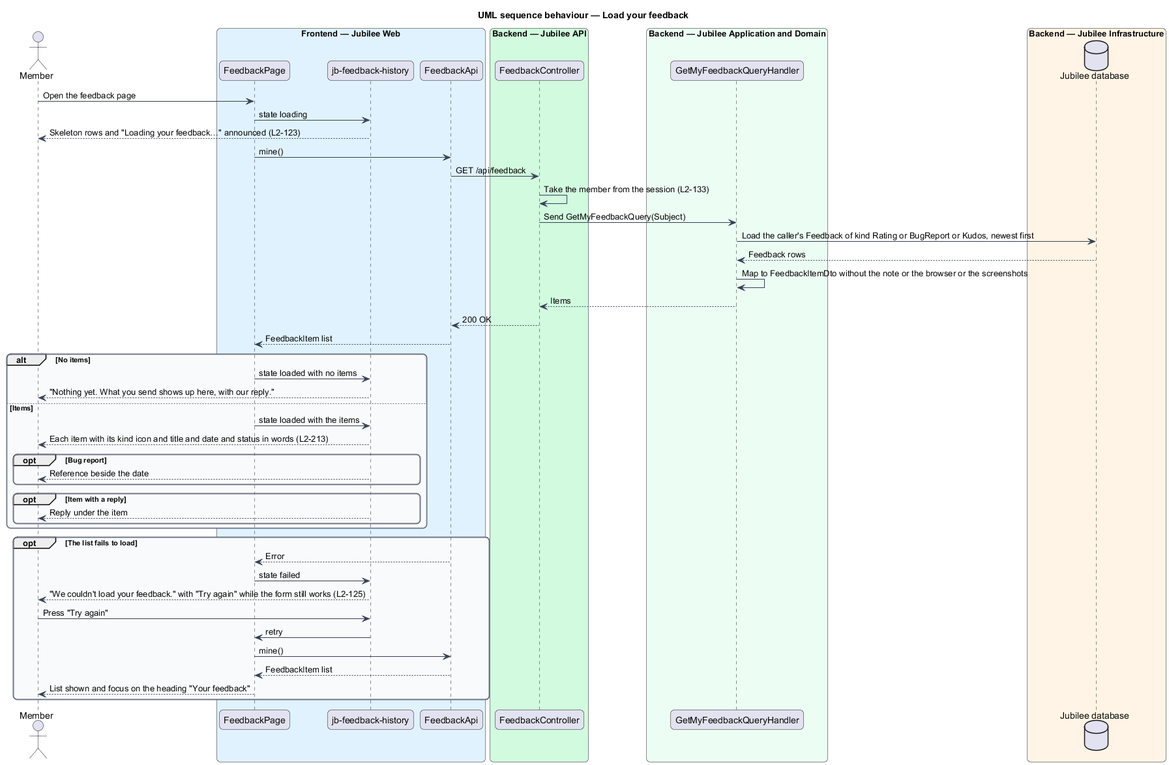
Above: docs/detailed-designs/feedback/follow-your-feedback/diagrams/sequence-load-your-feedback.png in QuinntyneBrown/jubilee (PlantUML), before the change.
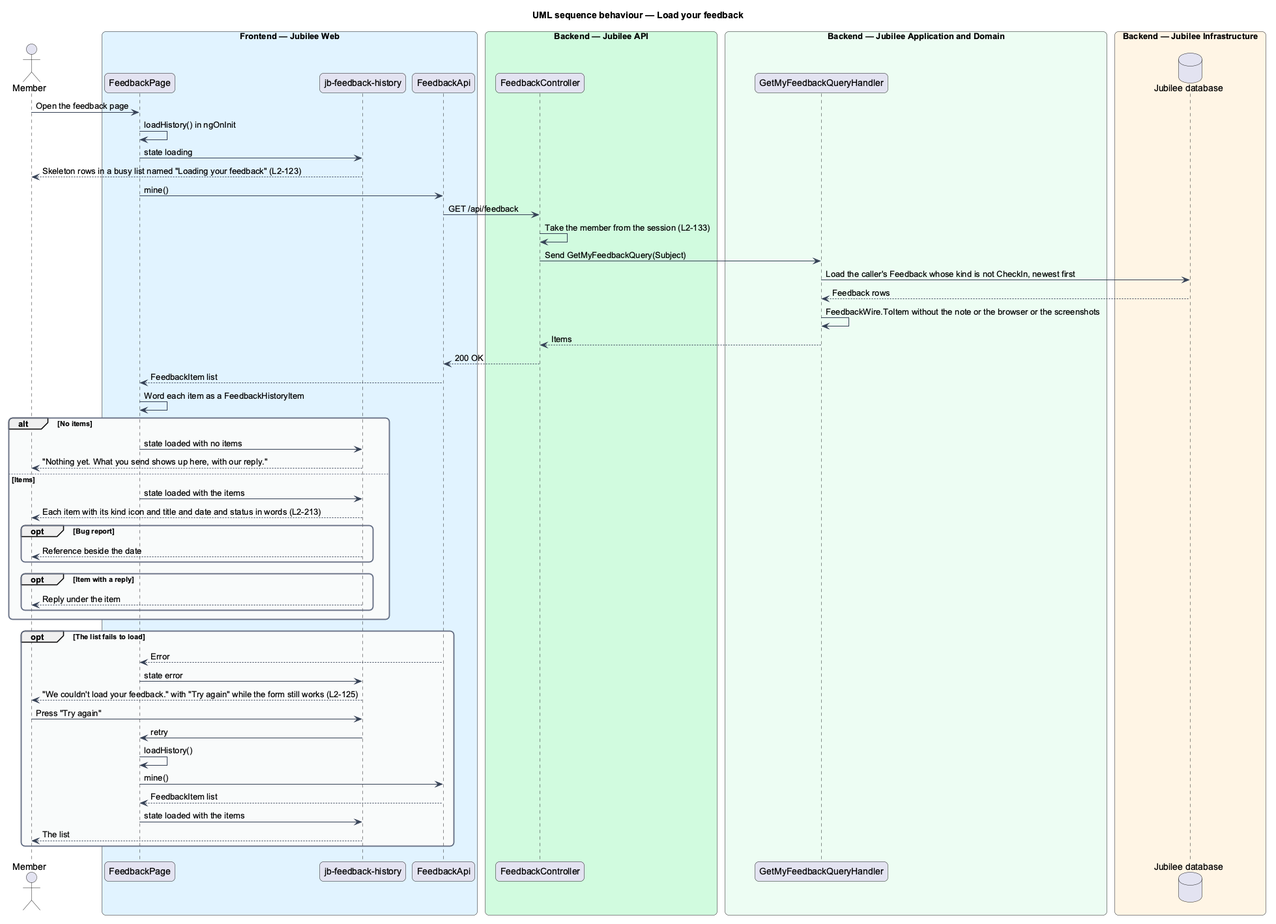
Above is the later version.

The edit, as a diff of the source:
```diff
@@ -30,18 +30,20 @@
   database "Jubilee database" as db
 end box
 actor -> page : Open the feedback page
+page -> page : loadHistory() in ngOnInit
 page -> history : state loading
-history --> actor : Skeleton rows and "Loading your feedback…" announced (L2-123)
+history --> actor : Skeleton rows in a busy list named "Loading your feedback" (L2-123)
 page -> client : mine()
 client -> controller : GET /api/feedback
 controller -> controller : Take the member from the session (L2-133)
 controller -> handler : Send GetMyFeedbackQuery(Subject)
-handler -> db : Load the caller's Feedback of kind Rating or BugReport or Kudos, newest first
+handler -> db : Load the caller's Feedback whose kind is not CheckIn, newest first
 db --> handler : Feedback rows
-handler -> handler : Map to FeedbackItemDto without the note or the browser or the screenshots
+handler -> handler : FeedbackWire.ToItem without the note or the browser or the screenshots
 handler --> controller : Items
 controller --> client : 200 OK
 client --> page : FeedbackItem list
+page -> page : Word each item as a FeedbackHistoryItem
 alt No items
   page -> history : state loaded with no items
   history --> actor : "Nothing yet. What you send shows up here, with our reply."
@@ -57,12 +59,14 @@
 end
 opt The list fails to load
   client --> page : Error
-  page -> history : state failed
+  page -> history : state error
   history --> actor : "We couldn't load your feedback." with "Try again" while the form still works (L2-125)
   actor -> history : Press "Try again"
   history -> page : retry
+  page -> page : loadHistory()
   page -> client : mine()
   client --> page : FeedbackItem list
-  page --> actor : List shown and focus on the heading "Your feedback"
+  page -> history : state loaded with the items
+  history --> actor : The list
 end
 @enduml
```
